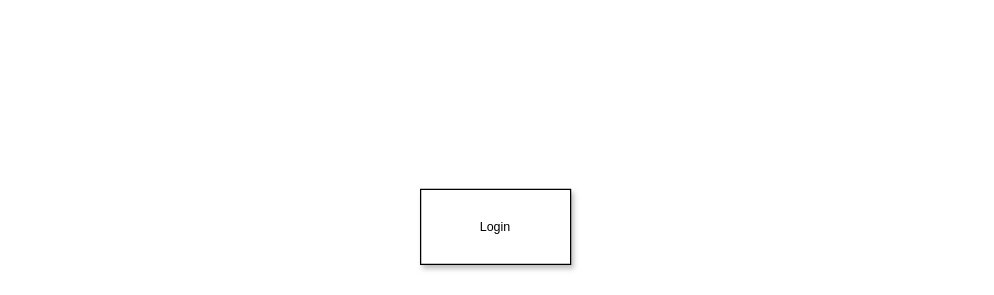
This is page "Homepage" (2 of 4) of Planning/project.drawio from teshome28sara/Got_Milk-, a draw.io file, before an edit. Source tidied: cells renumbered, new cells numbered last; positions are measured from the earlier drawing's top-left corner, leaving out a move shared by most shapes. Both pictures are drawn from the tidied source at 125%, with x=0, y=0 at pixel (420, 189).
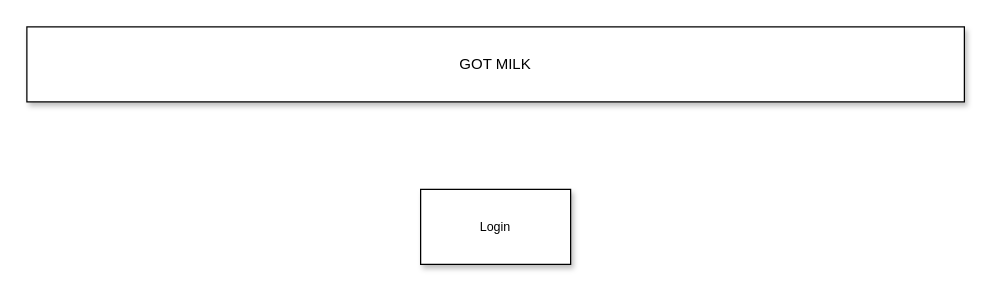
The same page after the edit.

The edit, as a diff of the source:
```diff
@@
 <mxGraphModel>
   <root>
     <mxCell id="0" />
     <mxCell id="1" parent="0" />
     <mxCell id="2" value="Login" style="rounded=0;whiteSpace=wrap;html=1;shadow=1;fontSize=10;" parent="1" vertex="1">
       <mxGeometry width="120" height="60" as="geometry" />
     </mxCell>
+    <mxCell id="3" value="GOT MILK" style="rounded=0;whiteSpace=wrap;html=1;shadow=1;" parent="1" vertex="1">
+      <mxGeometry x="-315" y="-130" width="750" height="60" as="geometry" />
+    </mxCell>
   </root>
 </mxGraphModel>
```
